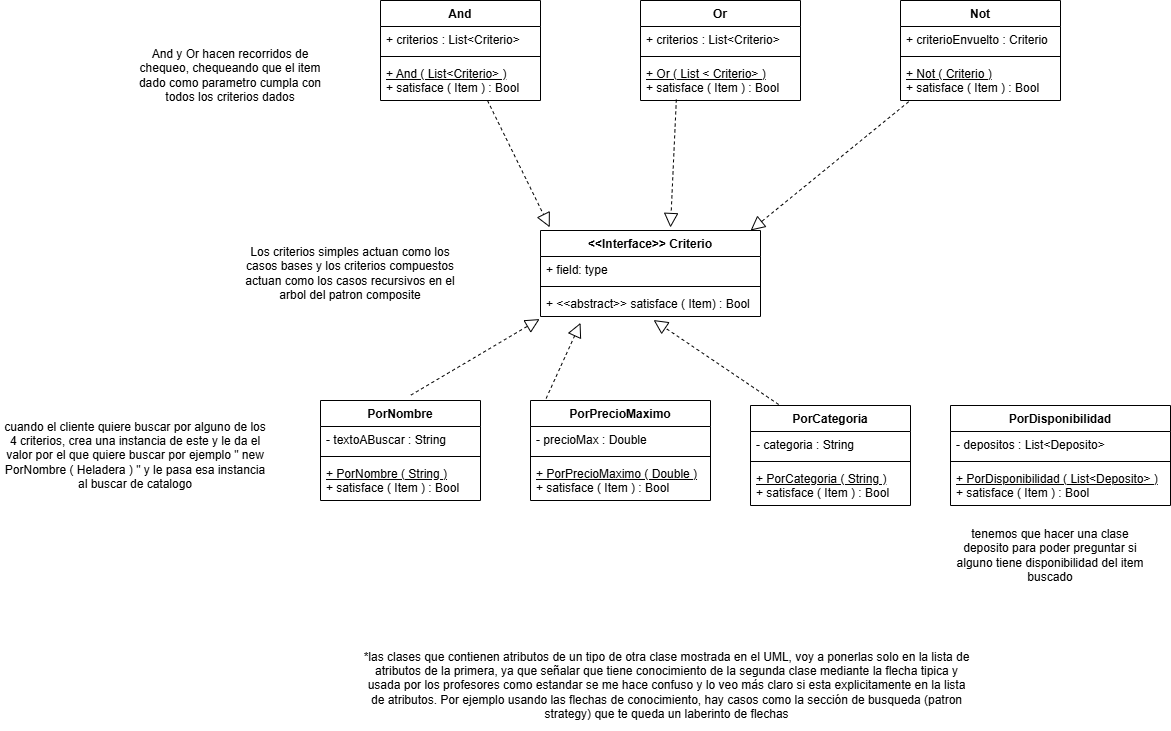
DemartinoFrancisco/UNQ-Shop keeps this draw.io diagram as src/busqueda/UML.png. Above is the earlier version. Source tidied: cells renumbered, new cells last; positions are measured from the earlier drawing's top-left corner, leaving out a move shared by most shapes.
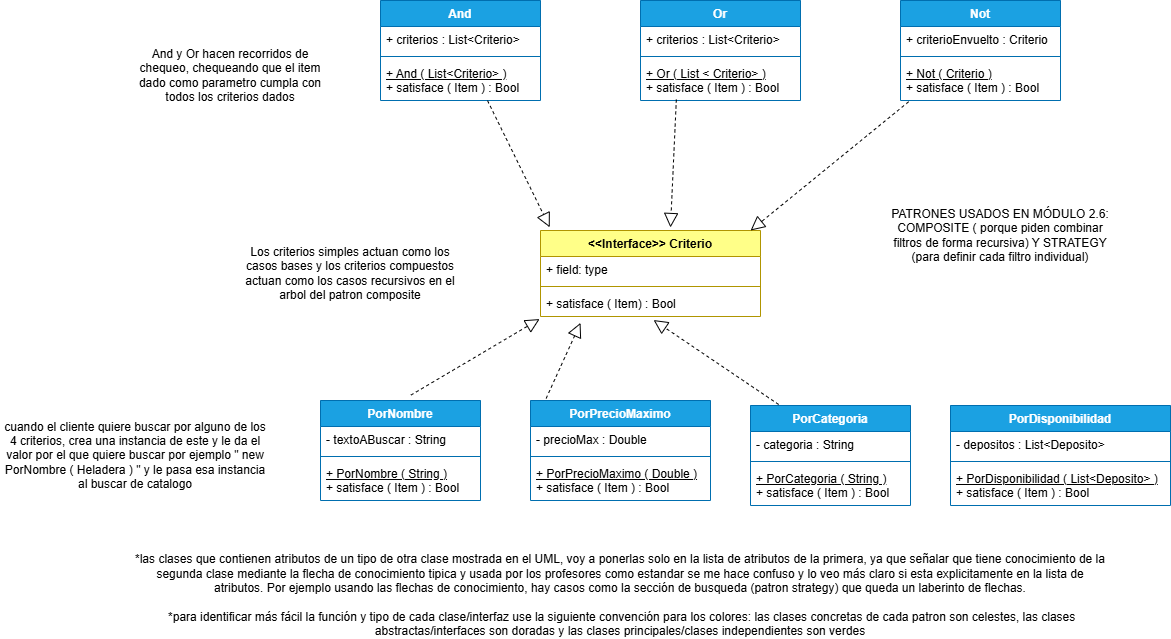
After the change.

The edit, as a diff of the source:
```diff
@@ -2,31 +2,31 @@
   <root>
     <mxCell id="0" />
     <mxCell id="1" parent="0" />
-    <mxCell id="2" value="&amp;lt;&amp;lt;Interface&amp;gt;&amp;gt; Criterio" style="swimlane;fontStyle=1;align=center;verticalAlign=top;horizontal=1;startSize=26;whiteSpace=wrap;html=1;" parent="1" vertex="1">
+    <mxCell id="2" value="&amp;lt;&amp;lt;Interface&amp;gt;&amp;gt; Criterio" style="swimlane;fontStyle=1;align=center;verticalAlign=top;horizontal=1;startSize=26;whiteSpace=wrap;html=1;fillColor=light-dark(#FFFF88,#A0A000);strokeColor=light-dark(#B09500,#A3A300);fontColor=#000000;" parent="1" vertex="1">
       <mxGeometry x="540" y="230" width="220" height="86" as="geometry" />
     </mxCell>
     <mxCell id="3" value="+ field: type" style="text;strokeColor=none;fillColor=none;align=left;verticalAlign=top;spacingLeft=4;spacingRight=4;overflow=hidden;whiteSpace=wrap;html=1;" parent="2" vertex="1">
       <mxGeometry y="26" width="220" height="26" as="geometry" />
     </mxCell>
-    <mxCell id="4" style="line;strokeWidth=1;fillColor=none;align=left;verticalAlign=middle;spacingTop=-1;spacingLeft=3;spacingRight=3;labelPosition=right;strokeColor=inherit;" parent="2" vertex="1">
-      <mxGeometry y="52" width="220" height="8" as="geometry" />
-    </mxCell>
-    <mxCell id="5" value="+ &amp;lt;&amp;lt;abstract&amp;gt;&amp;gt; satisface ( Item) : Bool" style="text;strokeColor=none;fillColor=none;align=left;verticalAlign=top;spacingLeft=4;spacingRight=4;overflow=hidden;points=[[0,0.5],[1,0.5]];portConstraint=eastwest;whiteSpace=wrap;html=1;" parent="2" vertex="1">
-      <mxGeometry y="60" width="220" height="26" as="geometry" />
-    </mxCell>
+    <mxCell id="45" style="line;strokeWidth=1;fillColor=none;align=left;verticalAlign=middle;spacingTop=-1;spacingLeft=3;spacingRight=3;labelPosition=right;strokeColor=inherit;" parent="2" vertex="1">
+      <mxGeometry y="52" width="220" height="8" as="geometry" />
+    </mxCell>
+    <mxCell id="46" value="+ satisface ( Item) : Bool" style="text;strokeColor=none;fillColor=none;align=left;verticalAlign=top;spacingLeft=4;spacingRight=4;overflow=hidden;points=[[0,0.5],[1,0.5]];portConstraint=eastwest;whiteSpace=wrap;html=1;" parent="2" vertex="1">
+      <mxGeometry y="60" width="220" height="26" as="geometry" />
+    </mxCell>
-    <mxCell id="6" value="PorCategoria" style="swimlane;fontStyle=1;align=center;verticalAlign=top;horizontal=1;startSize=26;whiteSpace=wrap;html=1;" parent="1" vertex="1">
+    <mxCell id="6" value="PorCategoria" style="swimlane;fontStyle=1;align=center;verticalAlign=top;horizontal=1;startSize=26;whiteSpace=wrap;html=1;fillColor=light-dark(#1BA1E2,#00FFFF);fontColor=#ffffff;strokeColor=light-dark(#006EAF,#00FFFF);" parent="1" vertex="1">
       <mxGeometry x="750" y="405" width="160" height="100" as="geometry" />
     </mxCell>
     <mxCell id="7" value="- categoria : String" style="text;strokeColor=none;fillColor=none;align=left;verticalAlign=top;spacingLeft=4;spacingRight=4;overflow=hidden;whiteSpace=wrap;html=1;" parent="6" vertex="1">
       <mxGeometry y="26" width="160" height="26" as="geometry" />
     </mxCell>
-    <mxCell id="8" style="line;strokeWidth=1;fillColor=none;align=left;verticalAlign=middle;spacingTop=-1;spacingLeft=3;spacingRight=3;labelPosition=right;strokeColor=inherit;" parent="6" vertex="1">
-      <mxGeometry y="52" width="160" height="8" as="geometry" />
-    </mxCell>
+    <mxCell id="47" style="line;strokeWidth=1;fillColor=none;align=left;verticalAlign=middle;spacingTop=-1;spacingLeft=3;spacingRight=3;labelPosition=right;strokeColor=inherit;" parent="6" vertex="1">
+      <mxGeometry y="52" width="160" height="8" as="geometry" />
+    </mxCell>
     <mxCell id="9" value="&lt;u&gt;+ PorCategoria ( String )&lt;/u&gt;&lt;div&gt;+ satisface ( Item ) : Bool&lt;u&gt;&lt;/u&gt;&lt;/div&gt;" style="text;strokeColor=none;fillColor=none;align=left;verticalAlign=top;spacingLeft=4;spacingRight=4;overflow=hidden;whiteSpace=wrap;html=1;" parent="6" vertex="1">
       <mxGeometry y="60" width="160" height="40" as="geometry" />
     </mxCell>
-    <mxCell id="10" value="PorPrecioMaximo" style="swimlane;fontStyle=1;align=center;verticalAlign=top;horizontal=1;startSize=26;whiteSpace=wrap;html=1;" parent="1" vertex="1">
+    <mxCell id="10" value="PorPrecioMaximo" style="swimlane;fontStyle=1;align=center;verticalAlign=top;horizontal=1;startSize=26;whiteSpace=wrap;html=1;fillColor=light-dark(#1BA1E2,#00FFFF);fontColor=#ffffff;strokeColor=light-dark(#006EAF,#00FFFF);" parent="1" vertex="1">
       <mxGeometry x="530" y="400" width="180" height="100" as="geometry" />
     </mxCell>
     <mxCell id="11" value="- precioMax : Double" style="text;strokeColor=none;fillColor=none;align=left;verticalAlign=top;spacingLeft=4;spacingRight=4;overflow=hidden;whiteSpace=wrap;html=1;" parent="10" vertex="1">
@@ -38,15 +38,15 @@
     <mxCell id="13" value="&lt;u&gt;+ PorPrecioMaximo ( Double )&lt;/u&gt;&amp;nbsp;&lt;div&gt;+ satisface ( Item ) : Bool&lt;/div&gt;" style="text;strokeColor=none;fillColor=none;align=left;verticalAlign=top;spacingLeft=4;spacingRight=4;overflow=hidden;whiteSpace=wrap;html=1;" parent="10" vertex="1">
       <mxGeometry y="60" width="180" height="40" as="geometry" />
     </mxCell>
-    <mxCell id="14" value="PorNombre" style="swimlane;fontStyle=1;align=center;verticalAlign=top;horizontal=1;startSize=26;whiteSpace=wrap;html=1;" parent="1" vertex="1">
+    <mxCell id="14" value="PorNombre" style="swimlane;fontStyle=1;align=center;verticalAlign=top;horizontal=1;startSize=26;whiteSpace=wrap;html=1;fillColor=light-dark(#1BA1E2,#00FFFF);fontColor=#ffffff;strokeColor=light-dark(#006EAF,#00FFFF);" parent="1" vertex="1">
       <mxGeometry x="320" y="400" width="160" height="100" as="geometry" />
     </mxCell>
     <mxCell id="15" value="- textoABuscar : String" style="text;strokeColor=none;fillColor=none;align=left;verticalAlign=top;spacingLeft=4;spacingRight=4;overflow=hidden;whiteSpace=wrap;html=1;" parent="14" vertex="1">
       <mxGeometry y="26" width="160" height="26" as="geometry" />
     </mxCell>
-    <mxCell id="16" style="line;strokeWidth=1;fillColor=none;align=left;verticalAlign=middle;spacingTop=-1;spacingLeft=3;spacingRight=3;labelPosition=right;strokeColor=inherit;" parent="14" vertex="1">
-      <mxGeometry y="52" width="160" height="8" as="geometry" />
-    </mxCell>
+    <mxCell id="48" style="line;strokeWidth=1;fillColor=none;align=left;verticalAlign=middle;spacingTop=-1;spacingLeft=3;spacingRight=3;labelPosition=right;strokeColor=inherit;" parent="14" vertex="1">
+      <mxGeometry y="52" width="160" height="8" as="geometry" />
+    </mxCell>
     <mxCell id="17" value="&lt;u&gt;+ PorNombre ( String )&lt;/u&gt;&lt;div&gt;+ satisface ( Item ) : Bool&lt;/div&gt;" style="text;strokeColor=none;fillColor=none;align=left;verticalAlign=top;spacingLeft=4;spacingRight=4;overflow=hidden;whiteSpace=wrap;html=1;" parent="14" vertex="1">
       <mxGeometry y="60" width="160" height="40" as="geometry" />
     </mxCell>
@@ -56,39 +56,39 @@
     <mxCell id="19" value="Los criterios simples actuan como los casos bases y los criterios compuestos actuan como los casos recursivos en el arbol del patron composite" style="text;html=1;whiteSpace=wrap;strokeColor=none;fillColor=none;align=center;verticalAlign=middle;rounded=0;" parent="1" vertex="1">
       <mxGeometry x="240" y="258" width="220" height="30" as="geometry" />
     </mxCell>
-    <mxCell id="20" value="Not" style="swimlane;fontStyle=1;align=center;verticalAlign=top;horizontal=1;startSize=26;whiteSpace=wrap;html=1;" parent="1" vertex="1">
+    <mxCell id="20" value="Not" style="swimlane;fontStyle=1;align=center;verticalAlign=top;horizontal=1;startSize=26;whiteSpace=wrap;html=1;fillColor=light-dark(#1BA1E2,#00FFFF);fontColor=#ffffff;strokeColor=light-dark(#006EAF,#00FFFF);" parent="1" vertex="1">
       <mxGeometry x="900" width="160" height="100" as="geometry" />
     </mxCell>
     <mxCell id="21" value="+ criterioEnvuelto : Criterio" style="text;strokeColor=none;fillColor=none;align=left;verticalAlign=top;spacingLeft=4;spacingRight=4;overflow=hidden;whiteSpace=wrap;html=1;" parent="20" vertex="1">
       <mxGeometry y="26" width="160" height="26" as="geometry" />
     </mxCell>
-    <mxCell id="22" style="line;strokeWidth=1;fillColor=none;align=left;verticalAlign=middle;spacingTop=-1;spacingLeft=3;spacingRight=3;labelPosition=right;strokeColor=inherit;" parent="20" vertex="1">
-      <mxGeometry y="52" width="160" height="8" as="geometry" />
-    </mxCell>
+    <mxCell id="49" style="line;strokeWidth=1;fillColor=none;align=left;verticalAlign=middle;spacingTop=-1;spacingLeft=3;spacingRight=3;labelPosition=right;strokeColor=inherit;" parent="20" vertex="1">
+      <mxGeometry y="52" width="160" height="8" as="geometry" />
+    </mxCell>
     <mxCell id="23" value="&lt;div&gt;&lt;u&gt;+ Not ( Criterio )&lt;/u&gt;&lt;/div&gt;+ satisface ( Item ) : Bool" style="text;strokeColor=none;fillColor=none;align=left;verticalAlign=top;spacingLeft=4;spacingRight=4;overflow=hidden;points=[[0,0.5],[1,0.5]];portConstraint=eastwest;whiteSpace=wrap;html=1;" parent="20" vertex="1">
       <mxGeometry y="60" width="160" height="40" as="geometry" />
     </mxCell>
-    <mxCell id="24" value="Or" style="swimlane;fontStyle=1;align=center;verticalAlign=top;horizontal=1;startSize=26;whiteSpace=wrap;html=1;" parent="1" vertex="1">
+    <mxCell id="24" value="Or" style="swimlane;fontStyle=1;align=center;verticalAlign=top;horizontal=1;startSize=26;whiteSpace=wrap;html=1;fillColor=light-dark(#1BA1E2,#00FFFF);fontColor=#ffffff;strokeColor=light-dark(#006EAF,#00FFFF);" parent="1" vertex="1">
       <mxGeometry x="640" width="160" height="100" as="geometry" />
     </mxCell>
-    <mxCell id="25" value="+ criterios : List&amp;lt;Criterio&amp;gt;" style="text;strokeColor=none;fillColor=none;align=left;verticalAlign=top;spacingLeft=4;spacingRight=4;overflow=hidden;whiteSpace=wrap;html=1;" parent="24" vertex="1">
-      <mxGeometry y="26" width="160" height="26" as="geometry" />
-    </mxCell>
-    <mxCell id="26" style="line;strokeWidth=1;fillColor=none;align=left;verticalAlign=middle;spacingTop=-1;spacingLeft=3;spacingRight=3;labelPosition=right;strokeColor=inherit;" parent="24" vertex="1">
-      <mxGeometry y="52" width="160" height="8" as="geometry" />
-    </mxCell>
+    <mxCell id="50" value="+ criterios : List&amp;lt;Criterio&amp;gt;" style="text;strokeColor=none;fillColor=none;align=left;verticalAlign=top;spacingLeft=4;spacingRight=4;overflow=hidden;whiteSpace=wrap;html=1;" parent="24" vertex="1">
+      <mxGeometry y="26" width="160" height="26" as="geometry" />
+    </mxCell>
+    <mxCell id="51" style="line;strokeWidth=1;fillColor=none;align=left;verticalAlign=middle;spacingTop=-1;spacingLeft=3;spacingRight=3;labelPosition=right;strokeColor=inherit;" parent="24" vertex="1">
+      <mxGeometry y="52" width="160" height="8" as="geometry" />
+    </mxCell>
     <mxCell id="27" value="&lt;div&gt;&lt;u&gt;+ Or ( List &amp;lt; Criterio&amp;gt; )&lt;/u&gt;&lt;/div&gt;+ satisface ( Item ) : Bool" style="text;strokeColor=none;fillColor=none;align=left;verticalAlign=top;spacingLeft=4;spacingRight=4;overflow=hidden;points=[[0,0.5],[1,0.5]];portConstraint=eastwest;whiteSpace=wrap;html=1;" parent="24" vertex="1">
       <mxGeometry y="60" width="160" height="40" as="geometry" />
     </mxCell>
-    <mxCell id="28" value="And" style="swimlane;fontStyle=1;align=center;verticalAlign=top;horizontal=1;startSize=26;whiteSpace=wrap;html=1;" parent="1" vertex="1">
+    <mxCell id="28" value="And" style="swimlane;fontStyle=1;align=center;verticalAlign=top;horizontal=1;startSize=26;whiteSpace=wrap;html=1;fillColor=light-dark(#1BA1E2,#00FFFF);fontColor=#ffffff;strokeColor=light-dark(#006EAF,#00FFFF);" parent="1" vertex="1">
       <mxGeometry x="380" width="160" height="100" as="geometry" />
     </mxCell>
-    <mxCell id="29" value="+ criterios : List&amp;lt;Criterio&amp;gt;" style="text;strokeColor=none;fillColor=none;align=left;verticalAlign=top;spacingLeft=4;spacingRight=4;overflow=hidden;whiteSpace=wrap;html=1;" parent="28" vertex="1">
-      <mxGeometry y="26" width="160" height="26" as="geometry" />
-    </mxCell>
-    <mxCell id="30" style="line;strokeWidth=1;fillColor=none;align=left;verticalAlign=middle;spacingTop=-1;spacingLeft=3;spacingRight=3;labelPosition=right;strokeColor=inherit;" parent="28" vertex="1">
-      <mxGeometry y="52" width="160" height="8" as="geometry" />
-    </mxCell>
+    <mxCell id="52" value="+ criterios : List&amp;lt;Criterio&amp;gt;" style="text;strokeColor=none;fillColor=none;align=left;verticalAlign=top;spacingLeft=4;spacingRight=4;overflow=hidden;whiteSpace=wrap;html=1;" parent="28" vertex="1">
+      <mxGeometry y="26" width="160" height="26" as="geometry" />
+    </mxCell>
+    <mxCell id="53" style="line;strokeWidth=1;fillColor=none;align=left;verticalAlign=middle;spacingTop=-1;spacingLeft=3;spacingRight=3;labelPosition=right;strokeColor=inherit;" parent="28" vertex="1">
+      <mxGeometry y="52" width="160" height="8" as="geometry" />
+    </mxCell>
     <mxCell id="31" value="&lt;div&gt;&lt;u&gt;+ And ( List&amp;lt;Criterio&amp;gt; )&lt;/u&gt;&amp;nbsp;&lt;/div&gt;+ satisface ( Item ) : Bool" style="text;strokeColor=none;fillColor=none;align=left;verticalAlign=top;spacingLeft=4;spacingRight=4;overflow=hidden;points=[[0,0.5],[1,0.5]];portConstraint=eastwest;whiteSpace=wrap;html=1;" parent="28" vertex="1">
       <mxGeometry y="60" width="160" height="40" as="geometry" />
     </mxCell>
@@ -98,40 +98,40 @@
     <mxCell id="33" style="endArrow=block;dashed=1;endFill=0;endSize=12;html=1;rounded=0;entryX=0.042;entryY=-0.037;entryDx=0;entryDy=0;entryPerimeter=0;exitX=0.669;exitY=1.003;exitDx=0;exitDy=0;exitPerimeter=0;" parent="1" edge="1" source="31" target="2">
       <mxGeometry relative="1" as="geometry" />
     </mxCell>
-    <mxCell id="34" style="endArrow=block;dashed=1;endFill=0;endSize=12;html=1;rounded=0;exitX=0.224;exitY=0.975;exitDx=0;exitDy=0;exitPerimeter=0;" parent="1" edge="1" source="27">
-      <mxGeometry relative="1" as="geometry">
-        <mxPoint x="670" y="227" as="targetPoint" />
-      </mxGeometry>
-    </mxCell>
+    <mxCell id="54" style="endArrow=block;dashed=1;endFill=0;endSize=12;html=1;rounded=0;exitX=0.224;exitY=0.975;exitDx=0;exitDy=0;exitPerimeter=0;" parent="1" edge="1" source="27">
+      <mxGeometry relative="1" as="geometry">
+        <mxPoint x="670" y="227" as="targetPoint" />
+      </mxGeometry>
+    </mxCell>
     <mxCell id="35" style="endArrow=block;dashed=1;endFill=0;endSize=12;html=1;rounded=0;exitX=0.051;exitY=1.031;exitDx=0;exitDy=0;exitPerimeter=0;entryX=0.955;entryY=0;entryDx=0;entryDy=0;entryPerimeter=0;" parent="1" edge="1" source="23" target="2">
       <mxGeometry relative="1" as="geometry" />
     </mxCell>
-    <mxCell id="36" style="endArrow=block;dashed=1;endFill=0;endSize=12;html=1;rounded=0;entryX=0.514;entryY=1.136;entryDx=0;entryDy=0;exitX=0.176;exitY=-0.01;exitDx=0;exitDy=0;exitPerimeter=0;entryPerimeter=0;" parent="1" edge="1" source="6" target="5">
-      <mxGeometry relative="1" as="geometry" />
-    </mxCell>
-    <mxCell id="37" style="endArrow=block;dashed=1;endFill=0;endSize=12;html=1;rounded=0;exitX=0.087;exitY=-0.021;exitDx=0;exitDy=0;exitPerimeter=0;entryX=0.182;entryY=1.244;entryDx=0;entryDy=0;entryPerimeter=0;" parent="1" edge="1" source="10" target="5">
-      <mxGeometry relative="1" as="geometry" />
-    </mxCell>
-    <mxCell id="38" style="endArrow=block;dashed=1;endFill=0;endSize=12;html=1;rounded=0;entryX=-0.004;entryY=1.099;entryDx=0;entryDy=0;entryPerimeter=0;exitX=0.565;exitY=-0.054;exitDx=0;exitDy=0;exitPerimeter=0;" parent="1" edge="1" source="14" target="5">
-      <mxGeometry relative="1" as="geometry" />
-    </mxCell>
+    <mxCell id="55" style="endArrow=block;dashed=1;endFill=0;endSize=12;html=1;rounded=0;entryX=0.514;entryY=1.136;entryDx=0;entryDy=0;exitX=0.176;exitY=-0.01;exitDx=0;exitDy=0;exitPerimeter=0;entryPerimeter=0;" parent="1" edge="1" source="6" target="46">
+      <mxGeometry relative="1" as="geometry" />
+    </mxCell>
+    <mxCell id="56" style="endArrow=block;dashed=1;endFill=0;endSize=12;html=1;rounded=0;exitX=0.087;exitY=-0.021;exitDx=0;exitDy=0;exitPerimeter=0;entryX=0.182;entryY=1.244;entryDx=0;entryDy=0;entryPerimeter=0;" parent="1" edge="1" source="10" target="46">
+      <mxGeometry relative="1" as="geometry" />
+    </mxCell>
+    <mxCell id="57" style="endArrow=block;dashed=1;endFill=0;endSize=12;html=1;rounded=0;entryX=-0.004;entryY=1.099;entryDx=0;entryDy=0;entryPerimeter=0;exitX=0.565;exitY=-0.054;exitDx=0;exitDy=0;exitPerimeter=0;" parent="1" edge="1" source="14" target="46">
+      <mxGeometry relative="1" as="geometry" />
+    </mxCell>
-    <mxCell id="39" value="PorDisponibilidad" style="swimlane;fontStyle=1;align=center;verticalAlign=top;horizontal=1;startSize=26;whiteSpace=wrap;html=1;" parent="1" vertex="1">
+    <mxCell id="39" value="PorDisponibilidad" style="swimlane;fontStyle=1;align=center;verticalAlign=top;horizontal=1;startSize=26;whiteSpace=wrap;html=1;fillColor=light-dark(#1BA1E2,#00FFFF);fontColor=#ffffff;strokeColor=light-dark(#006EAF,#00FFFF);" parent="1" vertex="1">
       <mxGeometry x="950" y="405" width="220" height="100" as="geometry" />
     </mxCell>
     <mxCell id="40" value="- depositos : List&amp;lt;Deposito&amp;gt;" style="text;strokeColor=none;fillColor=none;align=left;verticalAlign=top;spacingLeft=4;spacingRight=4;overflow=hidden;whiteSpace=wrap;html=1;" parent="39" vertex="1">
       <mxGeometry y="26" width="220" height="26" as="geometry" />
     </mxCell>
-    <mxCell id="41" style="line;strokeWidth=1;fillColor=none;align=left;verticalAlign=middle;spacingTop=-1;spacingLeft=3;spacingRight=3;labelPosition=right;strokeColor=inherit;" parent="39" vertex="1">
-      <mxGeometry y="52" width="220" height="8" as="geometry" />
-    </mxCell>
+    <mxCell id="58" style="line;strokeWidth=1;fillColor=none;align=left;verticalAlign=middle;spacingTop=-1;spacingLeft=3;spacingRight=3;labelPosition=right;strokeColor=inherit;" parent="39" vertex="1">
+      <mxGeometry y="52" width="220" height="8" as="geometry" />
+    </mxCell>
     <mxCell id="42" value="&lt;u&gt;+ PorDisponibilidad ( List&amp;lt;Deposito&amp;gt; )&lt;/u&gt;&lt;div&gt;+ satisface ( Item ) : Bool&lt;/div&gt;" style="text;strokeColor=none;fillColor=none;align=left;verticalAlign=top;spacingLeft=4;spacingRight=4;overflow=hidden;whiteSpace=wrap;html=1;" parent="39" vertex="1">
       <mxGeometry y="60" width="220" height="40" as="geometry" />
     </mxCell>
-    <mxCell id="43" value="tenemos que hacer una clase deposito para poder preguntar si alguno tiene disponibilidad del item buscado" style="text;html=1;whiteSpace=wrap;strokeColor=none;fillColor=none;align=center;verticalAlign=middle;rounded=0;" parent="1" vertex="1">
-      <mxGeometry x="950" y="540" width="200" height="30" as="geometry" />
-    </mxCell>
-    <mxCell id="44" value="*las clases que contienen atributos de un tipo de otra clase mostrada en el UML, voy a ponerlas solo en la lista de atributos de la primera, ya que señalar que tiene conocimiento de la segunda clase mediante la flecha tipica y usada por los profesores como estandar se me hace confuso y lo veo más claro si esta explicitamente en la lista de atributos. Por ejemplo usando las flechas de conocimiento, hay casos como la sección de busqueda (patron strategy) que te queda un laberinto de flechas" style="text;html=1;whiteSpace=wrap;strokeColor=none;fillColor=none;align=center;verticalAlign=middle;rounded=0;" parent="1" vertex="1">
-      <mxGeometry x="360" y="640" width="613.4" height="90" as="geometry" />
-    </mxCell>
+    <mxCell id="59" value="PATRONES USADOS EN MÓDULO 2.6: COMPOSITE (&amp;nbsp;porque piden combinar filtros de forma recursiva) Y STRATEGY (para definir cada filtro individual)" style="text;html=1;whiteSpace=wrap;strokeColor=none;fillColor=none;align=center;verticalAlign=middle;rounded=0;" parent="1" vertex="1">
+      <mxGeometry x="890" y="220" width="220" height="30" as="geometry" />
+    </mxCell>
+    <mxCell id="60" value="&lt;font style=&quot;font-size: 12px;&quot;&gt;&lt;font style=&quot;&quot;&gt;*las clases que contienen atributos de un tipo de otra clase mostrada en el UML, voy a ponerlas solo en la lista de atributos de la primera, ya que señalar que tiene conocimiento de la segunda clase mediante la flecha de conocimiento tipica y usada por los profesores como estandar se me hace confuso y lo veo más claro si esta explicitamente en la lista de atributos. Por ejemplo usando las flechas de conocimiento, hay casos como la sección de busqueda (patron strategy) que queda un laberinto de flechas.&lt;/font&gt;&lt;/font&gt;&lt;div&gt;&lt;font style=&quot;font-size: 12px;&quot;&gt;&lt;font style=&quot;&quot;&gt;&lt;br&gt;&lt;/font&gt;&lt;/font&gt;&lt;/div&gt;&lt;div&gt;&lt;font style=&quot;font-size: 12px;&quot;&gt;&lt;font style=&quot;&quot;&gt;&amp;nbsp;&lt;/font&gt;&lt;span style=&quot;background-color: transparent; color: light-dark(rgb(0, 0, 0), rgb(255, 255, 255));&quot;&gt;*para identificar más fácil la función y tipo de cada clase/interfaz use la siguiente convención para los colores: las clases concretas de cada patron son celestes, las clases abstractas/interfaces son doradas y las clases principales/clases independientes son verdes&lt;/span&gt;&lt;/font&gt;&lt;/div&gt;" style="text;html=1;whiteSpace=wrap;strokeColor=none;fillColor=none;align=center;verticalAlign=middle;rounded=0;" parent="1" vertex="1">
+      <mxGeometry x="130" y="580" width="980" height="30" as="geometry" />
+    </mxCell>
   </root>
 </mxGraphModel>
```
